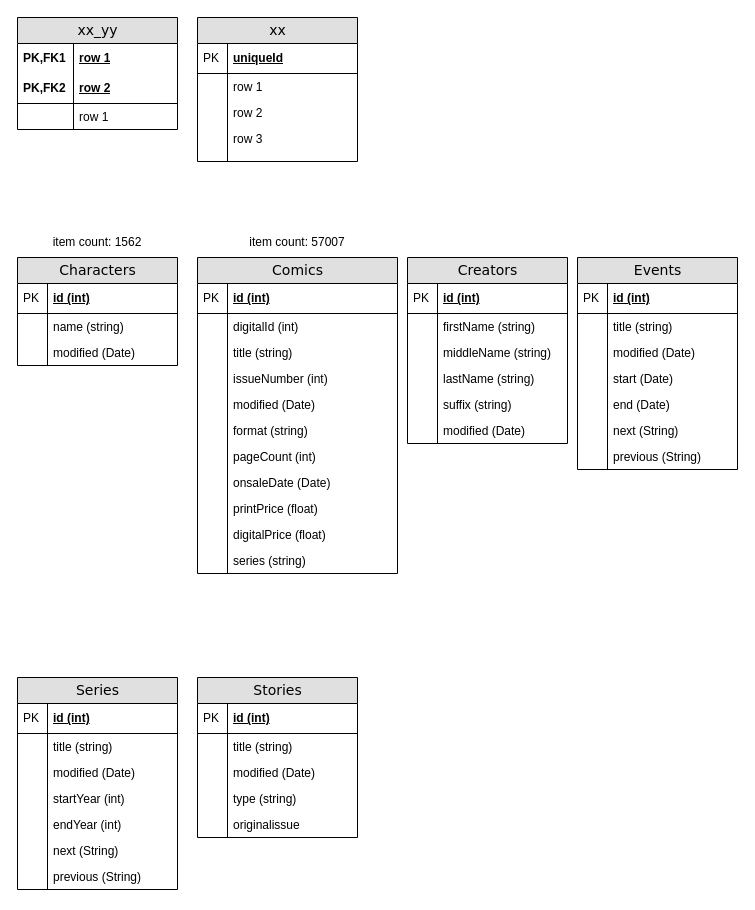
hafizzzh/marvel-character-analysis keeps this draw.io diagram as page "Page-2" (2 of 2) of marvel_data.drawio. Above is the earlier version. Source tidied: cells renumbered, new cells numbered last; positions are measured from the earlier drawing's top-left corner, leaving out a move shared by most shapes. Both pictures are drawn from the tidied source at 100%, with x=0, y=0 at pixel (17, 17).
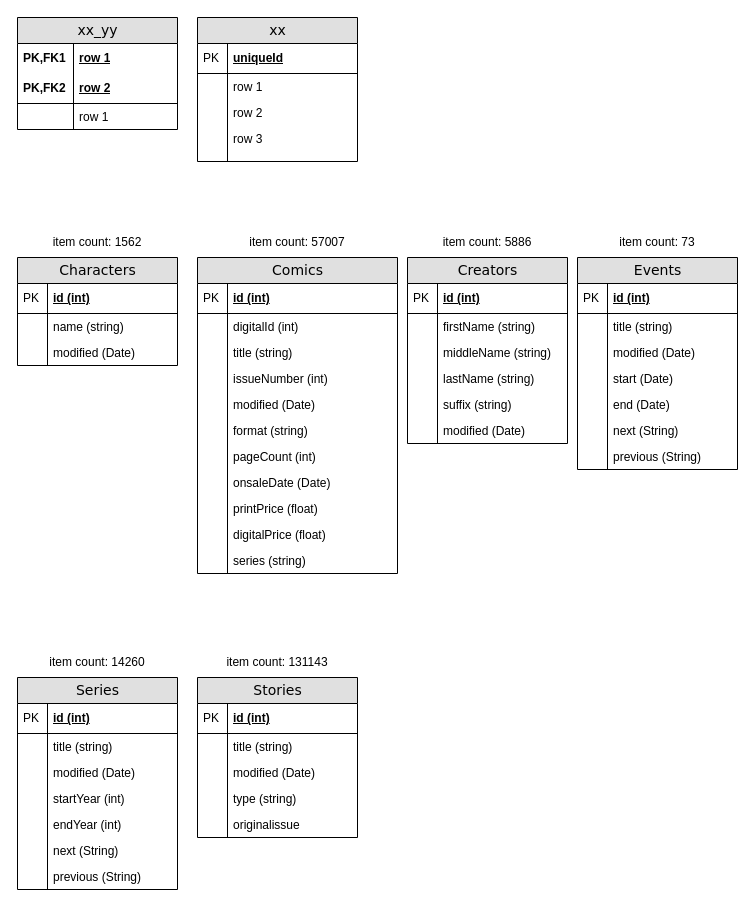
After the change.

Commit message:
Update marvel_data.drawio (add info part 2)

The edit, as a diff of the source:
```diff
@@
+    <mxCell id="106" value="item count: 5886" style="text;html=1;strokeColor=none;fillColor=none;align=center;verticalAlign=middle;whiteSpace=wrap;rounded=0;" parent="1" vertex="1">
+      <mxGeometry x="390" y="210" width="160" height="30" as="geometry" />
+    </mxCell>
+    <mxCell id="107" value="item count: 73" style="text;html=1;strokeColor=none;fillColor=none;align=center;verticalAlign=middle;whiteSpace=wrap;rounded=0;" parent="1" vertex="1">
+      <mxGeometry x="560" y="210" width="160" height="30" as="geometry" />
+    </mxCell>
+    <mxCell id="108" value="item count: 14260" style="text;html=1;strokeColor=none;fillColor=none;align=center;verticalAlign=middle;whiteSpace=wrap;rounded=0;" parent="1" vertex="1">
+      <mxGeometry y="630" width="160" height="30" as="geometry" />
+    </mxCell>
+    <mxCell id="109" value="item count:&amp;nbsp;131143" style="text;html=1;strokeColor=none;fillColor=none;align=center;verticalAlign=middle;whiteSpace=wrap;rounded=0;" parent="1" vertex="1">
+      <mxGeometry x="180" y="630" width="160" height="30" as="geometry" />
+    </mxCell>
```
